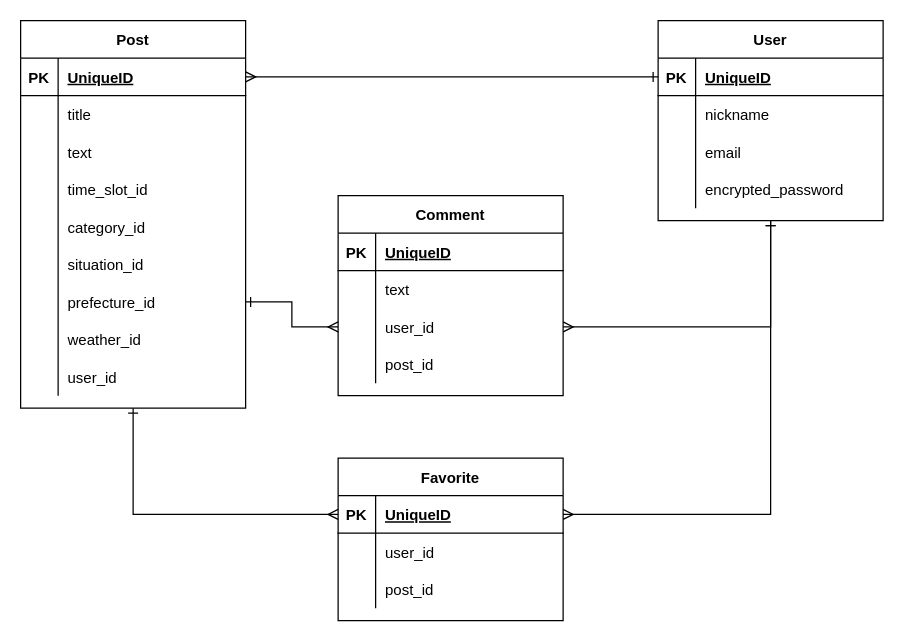
This is Better.dio from oak1331/Better, a draw.io file, before an edit. Source tidied: cells renumbered, new cells numbered last; positions are measured from the earlier drawing's top-left corner, leaving out a move shared by most shapes. Both pictures are drawn from the tidied source at 125%, with x=0, y=0 at pixel (20, 20).
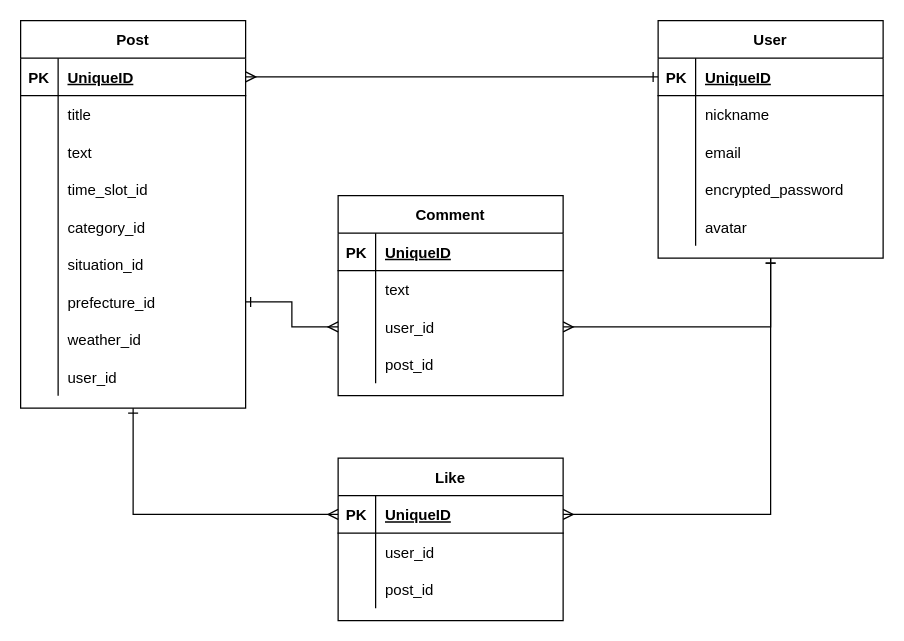
The same diagram, later.

What changed in the source:
```diff
@@
     <mxCell id="4" value="User" style="shape=table;startSize=30;childLayout=tableLayout;rowLines=0;fontStyle=1;align=center;" parent="1" vertex="1">
-      <mxGeometry x="510" width="180" height="160" as="geometry" />
+      <mxGeometry x="510" width="180" height="190" as="geometry" />
     </mxCell>
@@
+    <mxCell id="71" style="shape=partialRectangle;fillColor=none;top=0;left=0;bottom=0;right=0;" parent="4" vertex="1">
+      <mxGeometry y="150" width="180" height="30" as="geometry" />
+    </mxCell>
+    <mxCell id="72" style="shape=partialRectangle;fillColor=none;top=0;left=0;bottom=0;right=0;overflow=hidden;" parent="71" vertex="1">
+      <mxGeometry width="30" height="30" as="geometry" />
+    </mxCell>
+    <mxCell id="73" value="avatar" style="shape=partialRectangle;fillColor=none;top=0;left=0;bottom=0;right=0;align=left;spacingLeft=6;overflow=hidden;" parent="71" vertex="1">
+      <mxGeometry x="30" width="150" height="30" as="geometry" />
+    </mxCell>
@@
-    <mxCell id="30" value="Favorite" style="shape=table;startSize=30;childLayout=tableLayout;rowLines=0;fontStyle=1;align=center;" parent="1" vertex="1">
+    <mxCell id="30" value="Like" style="shape=table;startSize=30;childLayout=tableLayout;rowLines=0;fontStyle=1;align=center;" parent="1" vertex="1">
       <mxGeometry x="254" y="350" width="180" height="130" as="geometry" />
     </mxCell>
```
